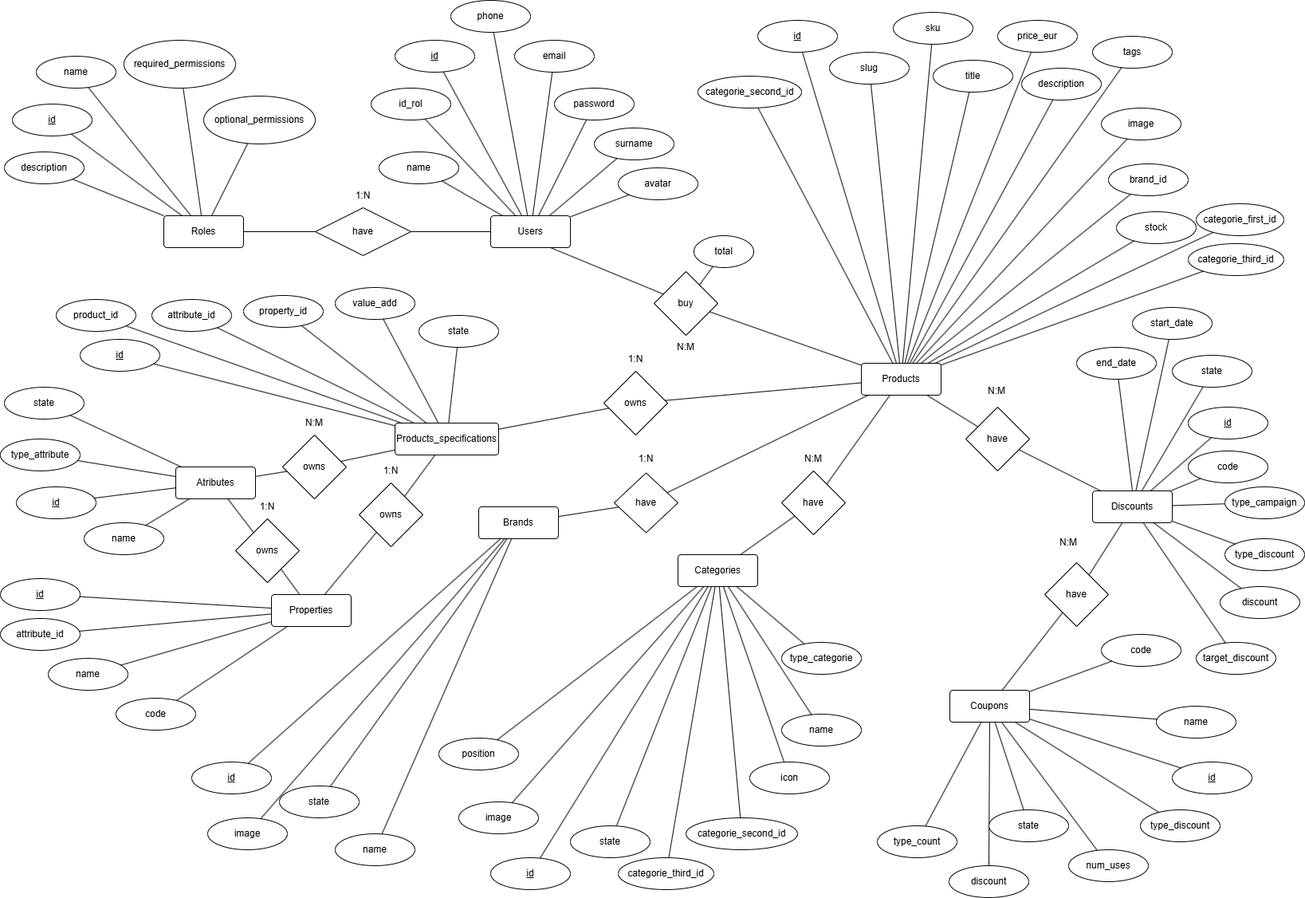
The draw.io diagram BD/MediaShop ER.png in andresito87/mediashop, before a commit. Source tidied: cells renumbered, new cells last; positions are measured from the earlier drawing's top-left corner, leaving out a move shared by most shapes.
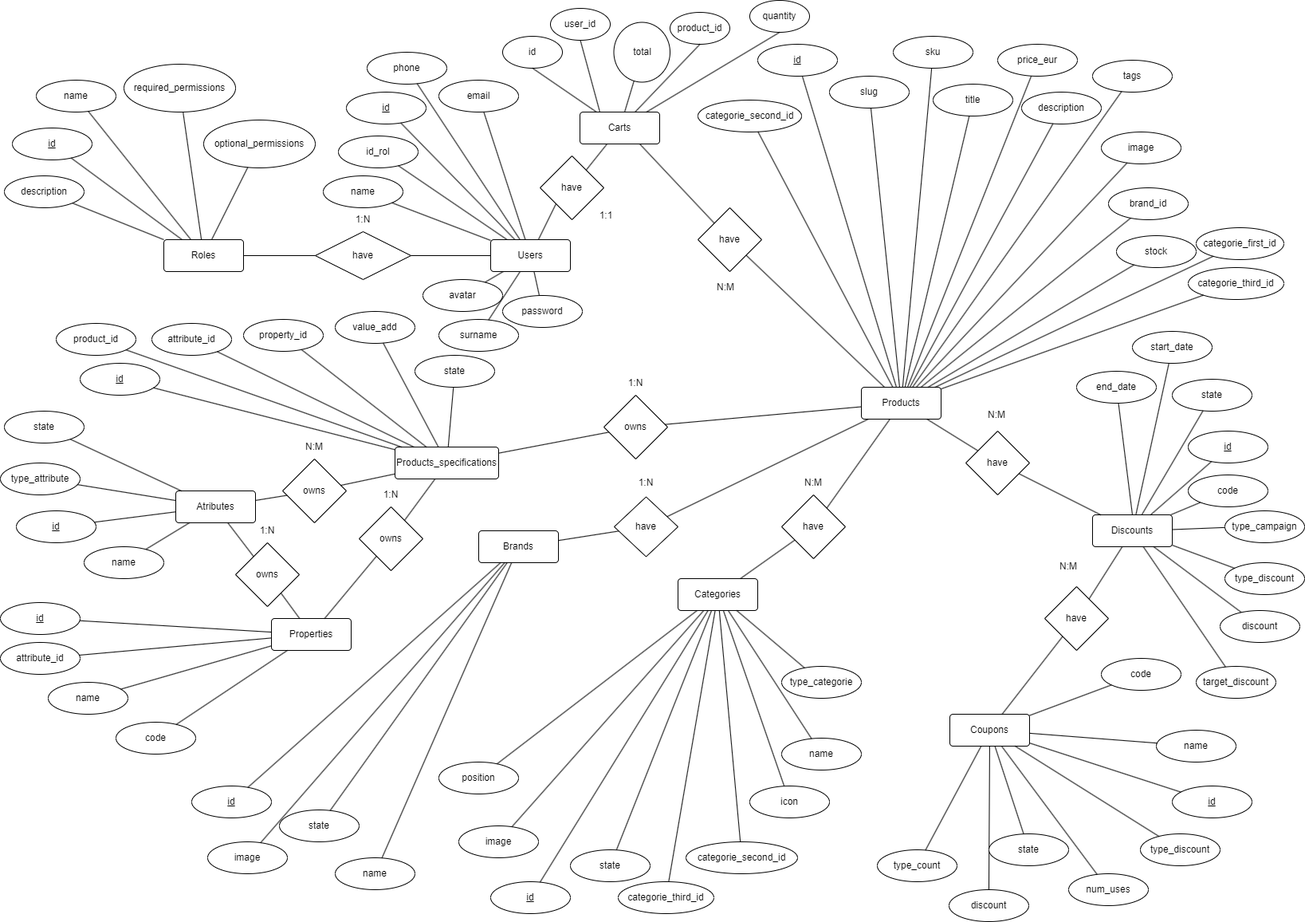
After the change.

Diff of the diagram source:
```diff
@@ -15,13 +15,13 @@
       <mxGeometry x="850" y="695" width="100" height="40" as="geometry" />
     </mxCell>
     <mxCell id="6" value="id_rol" style="ellipse;whiteSpace=wrap;html=1;align=center;" parent="1" vertex="1">
-      <mxGeometry x="465" y="110" width="100" height="40" as="geometry" />
+      <mxGeometry x="424" y="140" width="100" height="40" as="geometry" />
     </mxCell>
     <mxCell id="7" value="email" style="ellipse;whiteSpace=wrap;html=1;align=center;" parent="1" vertex="1">
-      <mxGeometry x="645" y="50" width="100" height="40" as="geometry" />
+      <mxGeometry x="550" y="70" width="100" height="40" as="geometry" />
     </mxCell>
     <mxCell id="8" value="password" style="ellipse;whiteSpace=wrap;html=1;align=center;" parent="1" vertex="1">
-      <mxGeometry x="695" y="110" width="100" height="40" as="geometry" />
+      <mxGeometry x="630" y="340" width="100" height="40" as="geometry" />
     </mxCell>
     <mxCell id="9" value="Brands" style="rounded=1;arcSize=10;whiteSpace=wrap;html=1;align=center;" parent="1" vertex="1">
       <mxGeometry x="600" y="635" width="100" height="40" as="geometry" />
@@ -33,16 +33,16 @@
       <mxGeometry x="205" y="270" width="100" height="40" as="geometry" />
     </mxCell>
     <mxCell id="12" value="avatar" style="ellipse;whiteSpace=wrap;html=1;align=center;" parent="1" vertex="1">
-      <mxGeometry x="775" y="210" width="100" height="40" as="geometry" />
+      <mxGeometry x="530" y="320" width="100" height="40" as="geometry" />
     </mxCell>
     <mxCell id="13" value="name" style="ellipse;whiteSpace=wrap;html=1;align=center;" parent="1" vertex="1">
-      <mxGeometry x="475" y="190" width="100" height="40" as="geometry" />
+      <mxGeometry x="405" y="190" width="100" height="40" as="geometry" />
     </mxCell>
     <mxCell id="14" value="surname" style="ellipse;whiteSpace=wrap;html=1;align=center;" parent="1" vertex="1">
-      <mxGeometry x="745" y="160" width="100" height="40" as="geometry" />
+      <mxGeometry x="550" y="370" width="100" height="40" as="geometry" />
     </mxCell>
     <mxCell id="15" value="phone" style="ellipse;whiteSpace=wrap;html=1;align=center;" parent="1" vertex="1">
-      <mxGeometry x="565" width="100" height="40" as="geometry" />
+      <mxGeometry x="460" y="35" width="100" height="40" as="geometry" />
     </mxCell>
     <mxCell id="16" value="id" style="ellipse;whiteSpace=wrap;html=1;align=center;fontStyle=4;" parent="1" vertex="1">
       <mxGeometry x="15" y="130" width="100" height="40" as="geometry" />
@@ -60,7 +60,7 @@
       <mxGeometry x="5" y="190" width="100" height="40" as="geometry" />
     </mxCell>
     <mxCell id="21" value="id" style="ellipse;whiteSpace=wrap;html=1;align=center;fontStyle=4;" parent="1" vertex="1">
-      <mxGeometry x="495" y="50" width="100" height="40" as="geometry" />
+      <mxGeometry x="434" y="85" width="100" height="40" as="geometry" />
     </mxCell>
     <mxCell id="22" style="endArrow=none;html=1;rounded=0;" parent="1" edge="1" source="20" target="11">
       <mxGeometry relative="1" as="geometry" />
@@ -443,7 +443,7 @@
       <mxGeometry relative="1" as="geometry" />
     </mxCell>
     <mxCell id="148" value="state" style="ellipse;whiteSpace=wrap;html=1;align=center;" parent="1" vertex="1">
-      <mxGeometry x="525" y="395" width="100" height="40" as="geometry" />
+      <mxGeometry x="520" y="415" width="100" height="40" as="geometry" />
     </mxCell>
     <mxCell id="149" style="endArrow=none;html=1;rounded=0;" parent="1" edge="1" source="148" target="137">
       <mxGeometry relative="1" as="geometry" />
@@ -466,16 +466,16 @@
     <mxCell id="155" style="endArrow=none;html=1;rounded=0;" parent="1" edge="1" source="154" target="38">
       <mxGeometry relative="1" as="geometry" />
     </mxCell>
-    <mxCell id="156" value="buy" style="rhombus;whiteSpace=wrap;html=1;" parent="1" vertex="1">
-      <mxGeometry x="820" y="340" width="80" height="80" as="geometry" />
+    <mxCell id="156" value="have" style="rhombus;whiteSpace=wrap;html=1;" parent="1" vertex="1">
+      <mxGeometry x="875" y="230" width="80" height="80" as="geometry" />
     </mxCell>
-    <mxCell id="157" value="total" style="ellipse;whiteSpace=wrap;html=1;" parent="1" vertex="1">
-      <mxGeometry x="870" y="295" width="75" height="40" as="geometry" />
+    <mxCell id="157" value="total" style="ellipse;whiteSpace=wrap;html=1;direction=south;" parent="1" vertex="1">
+      <mxGeometry x="769.5" y="-2.5" width="70.5" height="75" as="geometry" />
     </mxCell>
-    <mxCell id="158" style="endArrow=none;html=1;rounded=0;exitX=0.75;exitY=1;exitDx=0;exitDy=0;" parent="1" edge="1" source="40" target="156">
+    <mxCell id="158" style="endArrow=none;html=1;rounded=0;exitX=0.75;exitY=1;exitDx=0;exitDy=0;" parent="1" edge="1" source="195" target="156">
       <mxGeometry relative="1" as="geometry" />
     </mxCell>
-    <mxCell id="159" style="endArrow=none;html=1;rounded=0;" parent="1" edge="1" source="156" target="157">
+    <mxCell id="159" style="endArrow=none;html=1;rounded=0;" parent="1" edge="1" source="195" target="157">
       <mxGeometry relative="1" as="geometry" />
     </mxCell>
     <mxCell id="160" style="endArrow=none;html=1;rounded=0;" parent="1" edge="1" source="156" target="2">
@@ -545,7 +545,7 @@
       <mxGeometry relative="1" as="geometry" />
     </mxCell>
     <mxCell id="182" value="N:M" style="text;html=1;align=center;verticalAlign=middle;whiteSpace=wrap;rounded=0;" parent="1" vertex="1">
-      <mxGeometry x="830" y="420" width="60" height="30" as="geometry" />
+      <mxGeometry x="880" y="315" width="60" height="30" as="geometry" />
     </mxCell>
     <mxCell id="183" value="1:N" style="text;html=1;align=center;verticalAlign=middle;whiteSpace=wrap;rounded=0;" parent="1" vertex="1">
       <mxGeometry x="767" y="435" width="60" height="30" as="geometry" />
@@ -583,5 +583,44 @@
     <mxCell id="194" value="1:N" style="text;html=1;align=center;verticalAlign=middle;whiteSpace=wrap;rounded=0;" parent="1" vertex="1">
       <mxGeometry x="425" y="230" width="60" height="30" as="geometry" />
     </mxCell>
+    <mxCell id="195" value="Carts" style="rounded=1;arcSize=10;whiteSpace=wrap;html=1;align=center;" parent="1" vertex="1">
+      <mxGeometry x="727" y="110" width="100" height="40" as="geometry" />
+    </mxCell>
+    <mxCell id="196" style="endArrow=none;html=1;rounded=0;exitX=0;exitY=1;exitDx=0;exitDy=0;" parent="1" edge="1" source="197" target="40">
+      <mxGeometry relative="1" as="geometry" />
+    </mxCell>
+    <mxCell id="197" value="have" style="rhombus;whiteSpace=wrap;html=1;" parent="1" vertex="1">
+      <mxGeometry x="677" y="165" width="80" height="80" as="geometry" />
+    </mxCell>
+    <mxCell id="198" value="id" style="ellipse;whiteSpace=wrap;html=1;" parent="1" vertex="1">
+      <mxGeometry x="630" y="15" width="75" height="40" as="geometry" />
+    </mxCell>
+    <mxCell id="199" style="endArrow=none;html=1;rounded=0;entryX=0.5;entryY=1;entryDx=0;entryDy=0;" parent="1" edge="1" source="195" target="198">
+      <mxGeometry relative="1" as="geometry" />
+    </mxCell>
+    <mxCell id="200" style="endArrow=none;html=1;rounded=0;" parent="1" edge="1" source="195" target="197">
+      <mxGeometry relative="1" as="geometry" />
+    </mxCell>
+    <mxCell id="201" value="1:1" style="text;html=1;align=center;verticalAlign=middle;whiteSpace=wrap;rounded=0;" parent="1" vertex="1">
+      <mxGeometry x="730" y="225" width="60" height="30" as="geometry" />
+    </mxCell>
+    <mxCell id="202" value="user_id" style="ellipse;whiteSpace=wrap;html=1;" parent="1" vertex="1">
+      <mxGeometry x="690" y="-20" width="75" height="40" as="geometry" />
+    </mxCell>
+    <mxCell id="203" style="endArrow=none;html=1;rounded=0;entryX=0.5;entryY=1;entryDx=0;entryDy=0;exitX=0.25;exitY=0;exitDx=0;exitDy=0;" parent="1" edge="1" source="195" target="202">
+      <mxGeometry relative="1" as="geometry" />
+    </mxCell>
+    <mxCell id="204" value="product_id" style="ellipse;whiteSpace=wrap;html=1;" parent="1" vertex="1">
+      <mxGeometry x="840" y="-15" width="75" height="40" as="geometry" />
+    </mxCell>
+    <mxCell id="205" style="endArrow=none;html=1;rounded=0;entryX=0.5;entryY=1;entryDx=0;entryDy=0;" parent="1" edge="1" source="195" target="204">
+      <mxGeometry relative="1" as="geometry" />
+    </mxCell>
+    <mxCell id="206" value="quantity" style="ellipse;whiteSpace=wrap;html=1;" parent="1" vertex="1">
+      <mxGeometry x="940" y="-30" width="75" height="40" as="geometry" />
+    </mxCell>
+    <mxCell id="207" style="endArrow=none;html=1;rounded=0;entryX=0.5;entryY=1;entryDx=0;entryDy=0;" parent="1" edge="1" source="195" target="206">
+      <mxGeometry relative="1" as="geometry" />
+    </mxCell>
   </root>
 </mxGraphModel>
```
